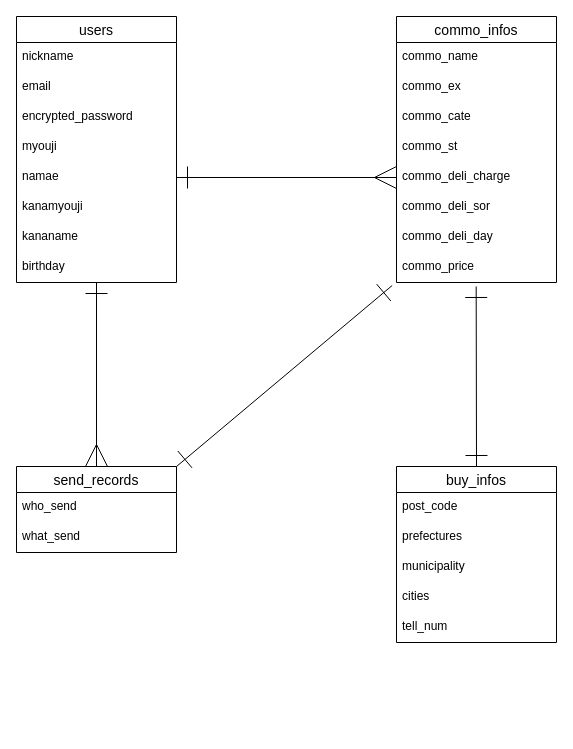
nagakihidenori/furima-37712 keeps this draw.io diagram as test.dio. Above is the earlier version. Source tidied: cells renumbered, new cells numbered last; positions are measured from the earlier drawing's top-left corner, leaving out a move shared by most shapes. Both pictures are drawn from the tidied source at 100%, with x=0, y=0 at pixel (16, 16).
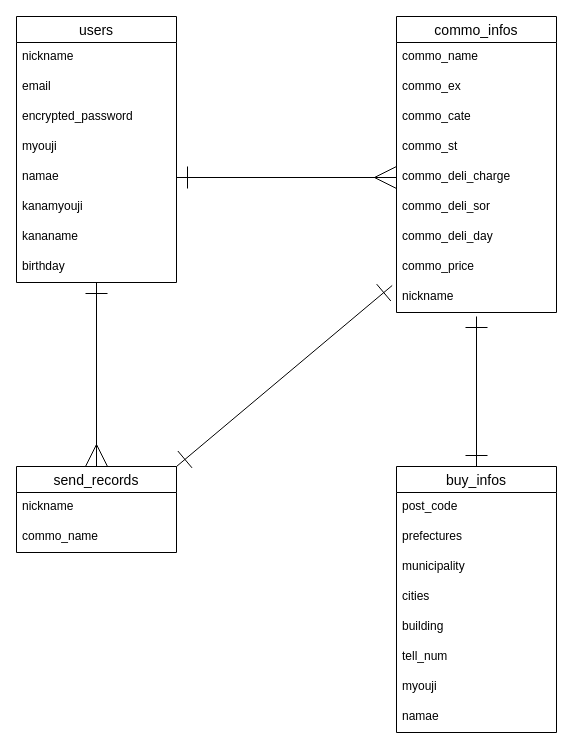
The same diagram, later.

The change refers to these unchanged cells:
```xml
<mxCell id="20" value="commo_price" style="text;strokeColor=none;fillColor=none;spacingLeft=4;spacingRight=4;overflow=hidden;points=[[0,0.5],[1,0.5]];portConstraint=eastwest;fontSize=12;" parent="12" vertex="1">
  <mxGeometry y="236" width="160" height="30" as="geometry" />
</mxCell>
<mxCell id="21" value="send_records" style="swimlane;fontStyle=0;horizontal=1;startSize=26;align=center;fontSize=14;" parent="1" vertex="1">
  <mxGeometry y="450" width="160" height="86" as="geometry" />
</mxCell>
```

Change to the diagram source:
```diff
@@
     <mxCell id="12" value="commo_infos" style="swimlane;fontStyle=0;horizontal=1;startSize=26;align=center;fontSize=14;" parent="1" vertex="1">
-      <mxGeometry x="380" width="160" height="266" as="geometry" />
+      <mxGeometry x="380" width="160" height="296" as="geometry" />
     </mxCell>
@@
+    <mxCell id="33" value="nickname" style="text;strokeColor=none;fillColor=none;spacingLeft=4;spacingRight=4;overflow=hidden;fontSize=12;" parent="12" vertex="1">
+      <mxGeometry y="266" width="160" height="30" as="geometry" />
+    </mxCell>
@@
-    <mxCell id="22" value="who_send" style="text;strokeColor=none;fillColor=none;spacingLeft=4;spacingRight=4;overflow=hidden;fontSize=12;" parent="21" vertex="1">
+    <mxCell id="22" value="nickname" style="text;strokeColor=none;fillColor=none;spacingLeft=4;spacingRight=4;overflow=hidden;fontSize=12;" parent="21" vertex="1">
       <mxGeometry y="26" width="160" height="30" as="geometry" />
     </mxCell>
-    <mxCell id="23" value="what_send" style="text;strokeColor=none;fillColor=none;spacingLeft=4;spacingRight=4;overflow=hidden;fontSize=12;" parent="21" vertex="1">
+    <mxCell id="23" value="commo_name" style="text;strokeColor=none;fillColor=none;spacingLeft=4;spacingRight=4;overflow=hidden;fontSize=12;" parent="21" vertex="1">
       <mxGeometry y="56" width="160" height="30" as="geometry" />
     </mxCell>
-    <mxCell id="24" style="edgeStyle=none;html=1;exitX=0.5;exitY=0;exitDx=0;exitDy=0;entryX=0.498;entryY=1.133;entryDx=0;entryDy=0;entryPerimeter=0;startArrow=ERone;startFill=0;endArrow=ERone;endFill=0;startSize=20;endSize=20;targetPerimeterSpacing=20;" parent="1" edge="1" source="25" target="20">
-      <mxGeometry relative="1" as="geometry" />
+    <mxCell id="24" style="edgeStyle=none;html=1;exitX=0.5;exitY=0;exitDx=0;exitDy=0;startArrow=ERone;startFill=0;endArrow=ERone;endFill=0;startSize=20;endSize=20;targetPerimeterSpacing=20;" parent="1" edge="1" source="25">
+      <mxGeometry relative="1" as="geometry">
+        <mxPoint x="460" y="300" as="targetPoint" />
+      </mxGeometry>
     </mxCell>
     <mxCell id="25" value="buy_infos" style="swimlane;fontStyle=0;horizontal=1;startSize=26;align=center;fontSize=14;" parent="1" vertex="1">
-      <mxGeometry x="380" y="450" width="160" height="176" as="geometry" />
+      <mxGeometry x="380" y="450" width="160" height="266" as="geometry" />
     </mxCell>
@@
+    <mxCell id="34" value="building" style="text;strokeColor=none;fillColor=none;spacingLeft=4;spacingRight=4;overflow=hidden;fontSize=12;" parent="25" vertex="1">
+      <mxGeometry y="146" width="160" height="30" as="geometry" />
+    </mxCell>
     <mxCell id="30" value="tell_num" style="text;strokeColor=none;fillColor=none;spacingLeft=4;spacingRight=4;overflow=hidden;fontSize=12;" parent="25" vertex="1">
-      <mxGeometry y="146" width="160" height="30" as="geometry" />
+      <mxGeometry y="176" width="160" height="30" as="geometry" />
     </mxCell>
+    <mxCell id="35" value="myouji" style="text;strokeColor=none;fillColor=none;spacingLeft=4;spacingRight=4;overflow=hidden;fontSize=12;" parent="25" vertex="1">
+      <mxGeometry y="206" width="160" height="30" as="geometry" />
+    </mxCell>
+    <mxCell id="36" value="namae" style="text;strokeColor=none;fillColor=none;spacingLeft=4;spacingRight=4;overflow=hidden;fontSize=12;" parent="25" vertex="1">
+      <mxGeometry y="236" width="160" height="30" as="geometry" />
+    </mxCell>
```
